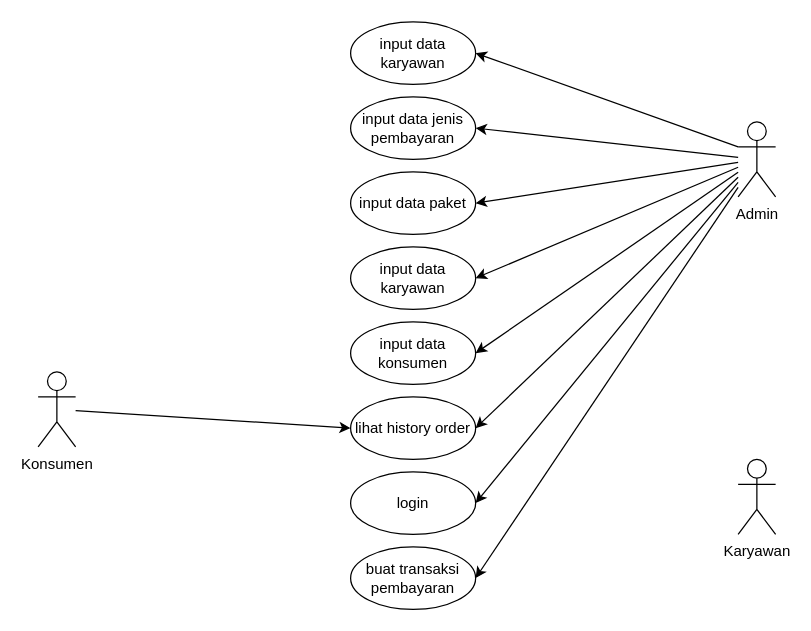
This is Untitled Diagram.drawio from FuadFauzann/Laundry-Ujikom, a draw.io file, before an edit. Source tidied: cells renumbered, new cells numbered last; positions are measured from the earlier drawing's top-left corner, leaving out a move shared by most shapes. Both pictures are drawn from the tidied source at 125%, with x=0, y=0 at pixel (38, 21).
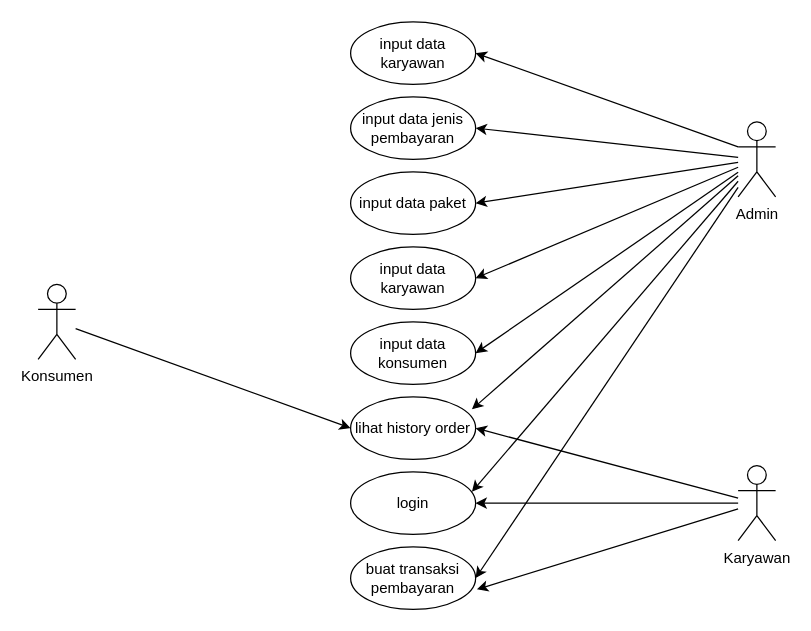
The same diagram, later.

The change refers to these unchanged cells:
```xml
<mxCell id="2" value="Admin" style="shape=umlActor;verticalLabelPosition=bottom;verticalAlign=top;html=1;outlineConnect=0;" parent="1" vertex="1">
  <mxGeometry x="560" y="80" width="30" height="60" as="geometry" />
</mxCell>
<mxCell id="8" value="lihat history order" style="ellipse;whiteSpace=wrap;html=1;" parent="1" vertex="1">
  <mxGeometry x="250" y="300" width="100" height="50" as="geometry" />
</mxCell>
<mxCell id="9" value="login" style="ellipse;whiteSpace=wrap;html=1;" parent="1" vertex="1">
  <mxGeometry x="250" y="360" width="100" height="50" as="geometry" />
</mxCell>
<mxCell id="19" value="buat transaksi pembayaran" style="ellipse;whiteSpace=wrap;html=1;" parent="1" vertex="1">
  <mxGeometry x="250" y="420" width="100" height="50" as="geometry" />
</mxCell>
```

Diff of the diagram source:
```diff
@@
     <mxCell id="10" value="Konsumen" style="shape=umlActor;verticalLabelPosition=bottom;verticalAlign=top;html=1;outlineConnect=0;" parent="1" vertex="1">
-      <mxGeometry y="280" width="30" height="60" as="geometry" />
+      <mxGeometry y="210" width="30" height="60" as="geometry" />
     </mxCell>
@@
-    <mxCell id="17" style="endArrow=classic;html=1;rounded=0;entryX=1;entryY=0.5;entryDx=0;entryDy=0;" parent="1" edge="1" source="2" target="8">
+    <mxCell id="17" style="endArrow=classic;html=1;rounded=0;entryX=0.97;entryY=0.2;entryDx=0;entryDy=0;entryPerimeter=0;" parent="1" edge="1" source="2" target="8">
       <mxGeometry relative="1" as="geometry" />
     </mxCell>
-    <mxCell id="18" style="endArrow=classic;html=1;rounded=0;entryX=1;entryY=0.5;entryDx=0;entryDy=0;" parent="1" edge="1" source="2" target="9">
+    <mxCell id="18" style="endArrow=classic;html=1;rounded=0;entryX=0.97;entryY=0.32;entryDx=0;entryDy=0;entryPerimeter=0;" parent="1" edge="1" source="2" target="9">
       <mxGeometry relative="1" as="geometry" />
     </mxCell>
@@
     <mxCell id="21" value="Karyawan" style="shape=umlActor;verticalLabelPosition=bottom;verticalAlign=top;html=1;outlineConnect=0;" parent="1" vertex="1">
-      <mxGeometry x="560" y="350" width="30" height="60" as="geometry" />
+      <mxGeometry x="560" y="355" width="30" height="60" as="geometry" />
     </mxCell>
+    <mxCell id="22" style="endArrow=classic;html=1;rounded=0;entryX=1;entryY=0.5;entryDx=0;entryDy=0;" parent="1" edge="1" source="21" target="9">
+      <mxGeometry relative="1" as="geometry" />
+    </mxCell>
+    <mxCell id="23" style="endArrow=classic;html=1;rounded=0;entryX=1.01;entryY=0.68;entryDx=0;entryDy=0;entryPerimeter=0;" parent="1" edge="1" source="21" target="19">
+      <mxGeometry relative="1" as="geometry" />
+    </mxCell>
+    <mxCell id="24" style="endArrow=classic;html=1;rounded=0;entryX=1;entryY=0.5;entryDx=0;entryDy=0;" parent="1" edge="1" source="21" target="8">
+      <mxGeometry relative="1" as="geometry" />
+    </mxCell>
```
